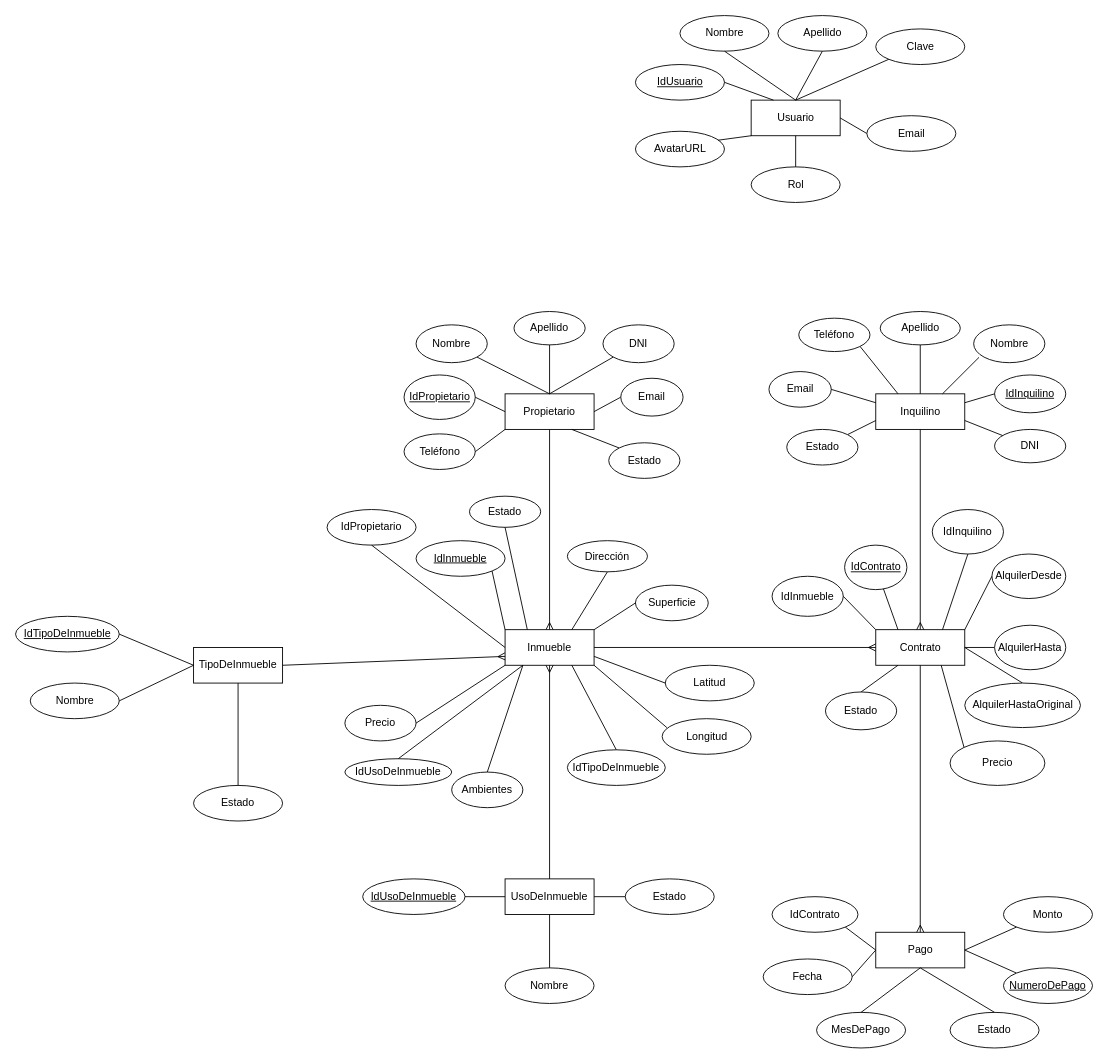
The draw.io diagram DER InmobiliariaBaigorriaDiaz.drawio in EzequielDiaz777/inmobiliariaBaigorriaDiaz, before the edit. Source tidied: cells renumbered, new cells numbered last; positions are measured from the earlier drawing's top-left corner, leaving out a move shared by most shapes. Both pictures are drawn from the tidied source at 89%, with x=0, y=0 at pixel (15, 15).
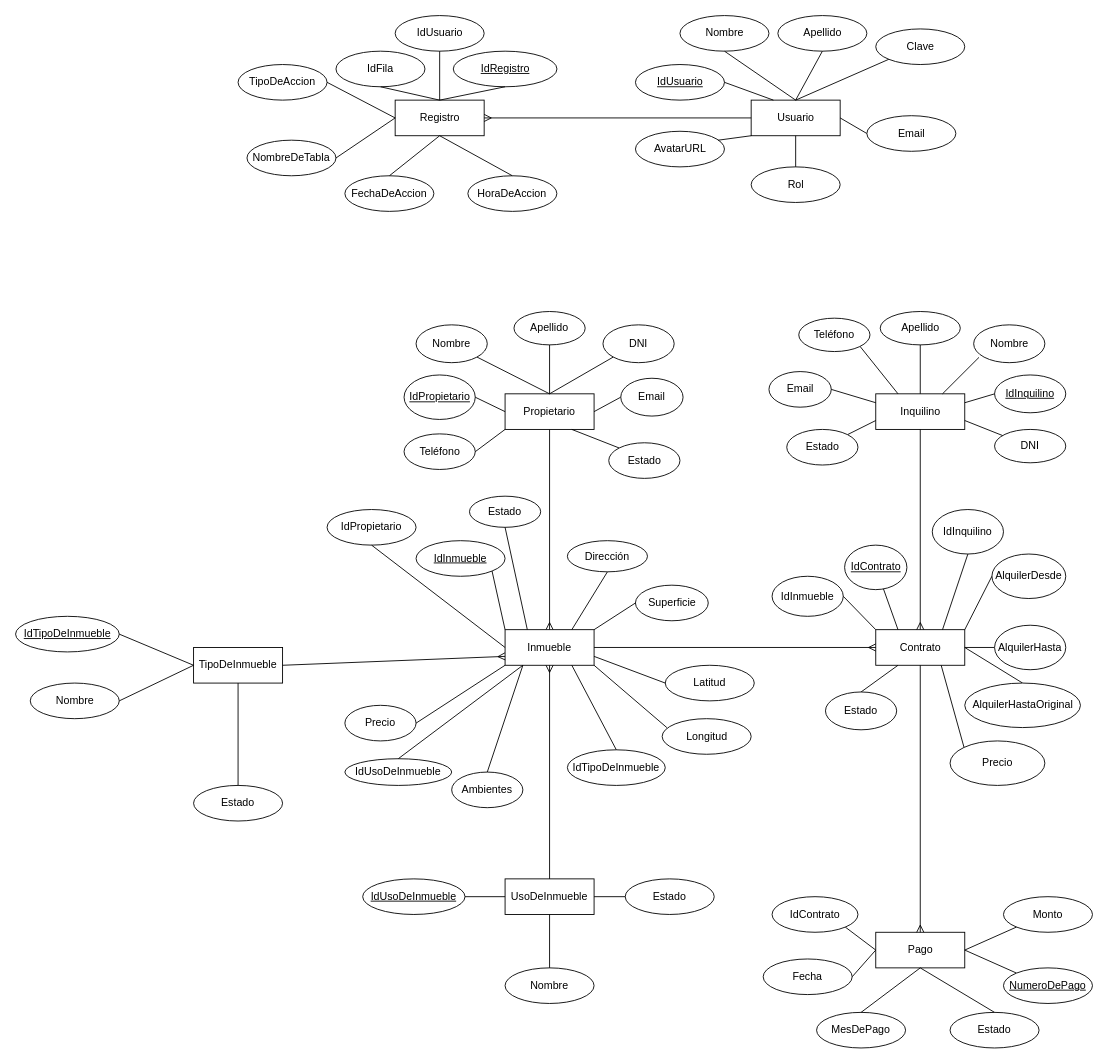
The same page after the edit.

The change refers to these unchanged cells:
```xml
<mxCell id="72" value="Usuario" style="whiteSpace=wrap;html=1;align=center;" parent="1" vertex="1">
  <mxGeometry x="826.5" y="95" width="100" height="40" as="geometry" />
</mxCell>
```

What changed in the source:
```diff
@@
+    <mxCell id="120" value="Registro" style="whiteSpace=wrap;html=1;align=center;" parent="1" vertex="1">
+      <mxGeometry x="426.5" y="95" width="100" height="40" as="geometry" />
+    </mxCell>
+    <mxCell id="121" value="IdUsuario" style="ellipse;whiteSpace=wrap;html=1;align=center;fontStyle=0;" parent="1" vertex="1">
+      <mxGeometry x="426.5" width="100" height="40" as="geometry" />
+    </mxCell>
+    <mxCell id="122" value="&lt;u&gt;IdRegistro&lt;/u&gt;" style="ellipse;whiteSpace=wrap;html=1;align=center;fontStyle=0;" parent="1" vertex="1">
+      <mxGeometry x="491.8" y="40" width="116.5" height="40" as="geometry" />
+    </mxCell>
+    <mxCell id="123" value="HoraDeAccion" style="ellipse;whiteSpace=wrap;html=1;align=center;fontStyle=0;" parent="1" vertex="1">
+      <mxGeometry x="508.2" y="180" width="100" height="40" as="geometry" />
+    </mxCell>
+    <mxCell id="124" style="endArrow=none;html=1;rounded=0;entryX=0.5;entryY=1;entryDx=0;entryDy=0;exitX=0.5;exitY=0;exitDx=0;exitDy=0;" parent="1" edge="1" source="120" target="121">
+      <mxGeometry relative="1" as="geometry" />
+    </mxCell>
+    <mxCell id="125" style="endArrow=none;html=1;rounded=0;exitX=0.5;exitY=0;exitDx=0;exitDy=0;entryX=0.5;entryY=1;entryDx=0;entryDy=0;" parent="1" edge="1" source="120" target="122">
+      <mxGeometry relative="1" as="geometry" />
+    </mxCell>
+    <mxCell id="126" style="endArrow=none;html=1;rounded=0;exitX=0.5;exitY=1;exitDx=0;exitDy=0;entryX=0.5;entryY=0;entryDx=0;entryDy=0;" parent="1" edge="1" source="120" target="123">
+      <mxGeometry relative="1" as="geometry" />
+    </mxCell>
+    <mxCell id="127" style="edgeStyle=none;html=1;endArrow=ERmany;endFill=0;exitX=0;exitY=0.5;exitDx=0;exitDy=0;entryX=1;entryY=0.5;entryDx=0;entryDy=0;" parent="1" edge="1" source="72" target="120">
+      <mxGeometry relative="1" as="geometry" />
+    </mxCell>
+    <mxCell id="128" value="FechaDeAccion" style="ellipse;whiteSpace=wrap;html=1;align=center;fontStyle=0;" parent="1" vertex="1">
+      <mxGeometry x="370" y="180" width="100" height="40" as="geometry" />
+    </mxCell>
+    <mxCell id="129" style="endArrow=none;html=1;rounded=0;exitX=0.5;exitY=1;exitDx=0;exitDy=0;entryX=0.5;entryY=0;entryDx=0;entryDy=0;" parent="1" edge="1" source="120" target="128">
+      <mxGeometry relative="1" as="geometry" />
+    </mxCell>
+    <mxCell id="130" value="TipoDeAccion" style="ellipse;whiteSpace=wrap;html=1;align=center;fontStyle=0;" parent="1" vertex="1">
+      <mxGeometry x="250" y="55" width="100" height="40" as="geometry" />
+    </mxCell>
+    <mxCell id="131" style="endArrow=none;html=1;rounded=0;exitX=0;exitY=0.5;exitDx=0;exitDy=0;entryX=1;entryY=0.5;entryDx=0;entryDy=0;" parent="1" edge="1" source="120" target="130">
+      <mxGeometry relative="1" as="geometry" />
+    </mxCell>
+    <mxCell id="132" value="NombreDeTabla" style="ellipse;whiteSpace=wrap;html=1;align=center;fontStyle=0;" parent="1" vertex="1">
+      <mxGeometry x="260" y="140" width="100" height="40" as="geometry" />
+    </mxCell>
+    <mxCell id="133" style="endArrow=none;html=1;rounded=0;exitX=0;exitY=0.5;exitDx=0;exitDy=0;entryX=1;entryY=0.5;entryDx=0;entryDy=0;" parent="1" edge="1" source="120" target="132">
+      <mxGeometry relative="1" as="geometry" />
+    </mxCell>
+    <mxCell id="134" value="IdFila" style="ellipse;whiteSpace=wrap;html=1;align=center;fontStyle=0;" parent="1" vertex="1">
+      <mxGeometry x="360" y="40" width="100" height="40" as="geometry" />
+    </mxCell>
+    <mxCell id="135" style="endArrow=none;html=1;rounded=0;exitX=0.5;exitY=0;exitDx=0;exitDy=0;entryX=0.5;entryY=1;entryDx=0;entryDy=0;" parent="1" edge="1" source="120" target="134">
+      <mxGeometry relative="1" as="geometry" />
+    </mxCell>
```
